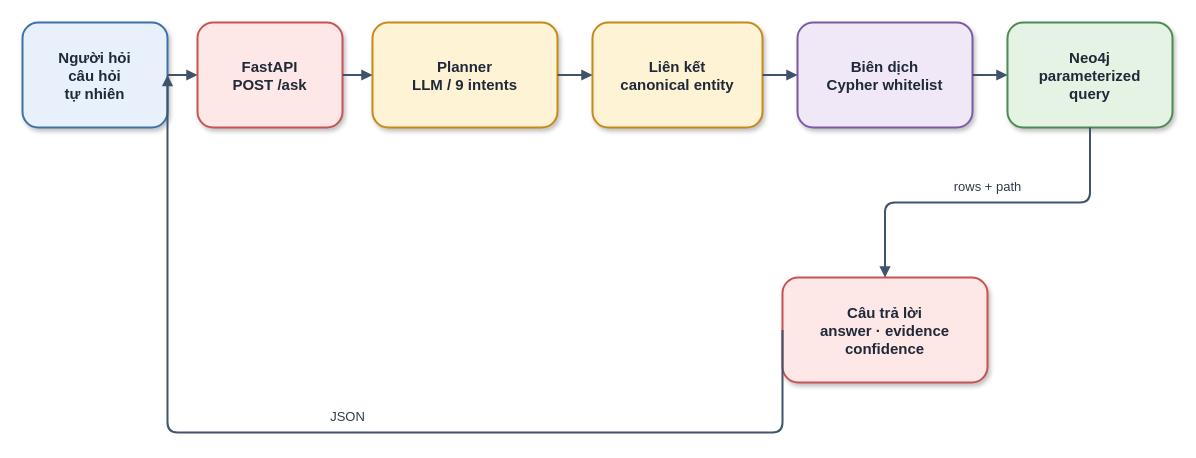
Earlier version of the draw.io diagram report_latex/images/sources/qa_sequence.drawio (khanhhk/advanced_database). Source tidied: cells renumbered, new cells numbered last; positions are measured from the earlier drawing's top-left corner, leaving out a move shared by most shapes. Both pictures are drawn from the tidied source at 100%, with x=0, y=0 at pixel (22, 22).
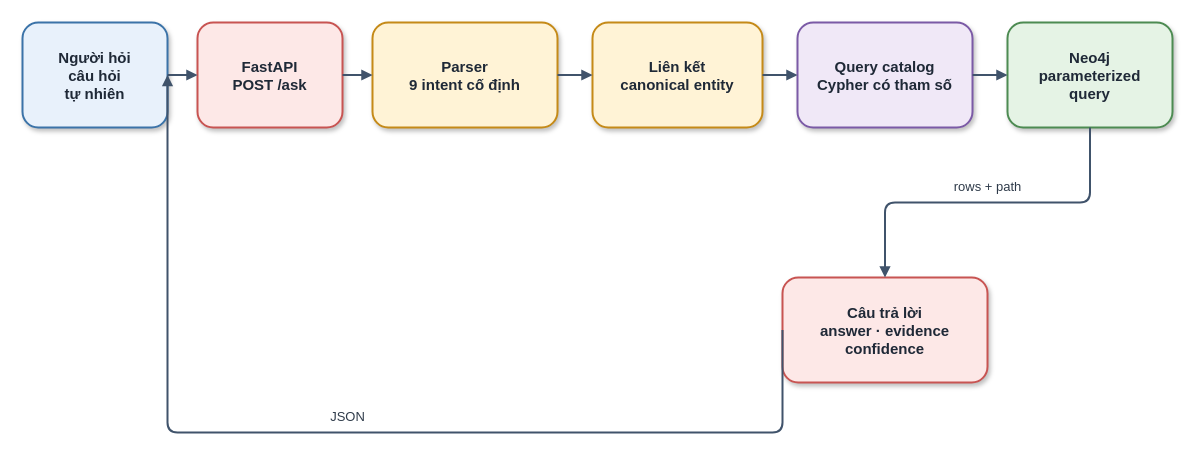
Above is the later version.

Change to the diagram source:
```diff
@@
 <mxGraphModel>
   <root>
     <mxCell id="0" />
     <mxCell id="1" parent="0" />
     <mxCell id="2" value="Người hỏi&#10;câu hỏi&#10;tự nhiên" style="rounded=1;whiteSpace=wrap;html=1;fillColor=#E8F1FB;strokeColor=#3B73A8;strokeWidth=2;fontSize=15;fontColor=#1F2937;fontStyle=1;spacing=8;shadow=1;" parent="1" vertex="1">
       <mxGeometry width="145" height="105" as="geometry" />
     </mxCell>
     <mxCell id="3" value="FastAPI&#10;POST /ask" style="rounded=1;whiteSpace=wrap;html=1;fillColor=#FDE8E7;strokeColor=#C85452;strokeWidth=2;fontSize=15;fontColor=#1F2937;fontStyle=1;spacing=8;shadow=1;" parent="1" vertex="1">
       <mxGeometry x="175" width="145" height="105" as="geometry" />
     </mxCell>
-    <mxCell id="4" value="Planner&#10;LLM / 9 intents" style="rounded=1;whiteSpace=wrap;html=1;fillColor=#FFF3D6;strokeColor=#C58A18;strokeWidth=2;fontSize=15;fontColor=#1F2937;fontStyle=1;spacing=8;shadow=1;" parent="1" vertex="1">
+    <mxCell id="4" value="Parser&#10;9 intent cố định" style="rounded=1;whiteSpace=wrap;html=1;fillColor=#FFF3D6;strokeColor=#C58A18;strokeWidth=2;fontSize=15;fontColor=#1F2937;fontStyle=1;spacing=8;shadow=1;" parent="1" vertex="1">
       <mxGeometry x="350" width="185" height="105" as="geometry" />
     </mxCell>
     <mxCell id="5" value="Liên kết&#10;canonical entity" style="rounded=1;whiteSpace=wrap;html=1;fillColor=#FFF3D6;strokeColor=#C58A18;strokeWidth=2;fontSize=15;fontColor=#1F2937;fontStyle=1;spacing=8;shadow=1;" parent="1" vertex="1">
       <mxGeometry x="570" width="170" height="105" as="geometry" />
     </mxCell>
-    <mxCell id="6" value="Biên dịch&#10;Cypher whitelist" style="rounded=1;whiteSpace=wrap;html=1;fillColor=#F0E8F7;strokeColor=#7B5AA6;strokeWidth=2;fontSize=15;fontColor=#1F2937;fontStyle=1;spacing=8;shadow=1;" parent="1" vertex="1">
+    <mxCell id="6" value="Query catalog&#10;Cypher có tham số" style="rounded=1;whiteSpace=wrap;html=1;fillColor=#F0E8F7;strokeColor=#7B5AA6;strokeWidth=2;fontSize=15;fontColor=#1F2937;fontStyle=1;spacing=8;shadow=1;" parent="1" vertex="1">
       <mxGeometry x="775" width="175" height="105" as="geometry" />
     </mxCell>
     <mxCell id="7" value="Neo4j&#10;parameterized&#10;query" style="rounded=1;whiteSpace=wrap;html=1;fillColor=#E5F3E5;strokeColor=#4D8B52;strokeWidth=2;fontSize=15;fontColor=#1F2937;fontStyle=1;spacing=8;shadow=1;" parent="1" vertex="1">
       <mxGeometry x="985" width="165" height="105" as="geometry" />
     </mxCell>
     <mxCell id="8" value="Câu trả lời&#10;answer · evidence&#10;confidence" style="rounded=1;whiteSpace=wrap;html=1;fillColor=#FDE8E7;strokeColor=#C85452;strokeWidth=2;fontSize=15;fontColor=#1F2937;fontStyle=1;spacing=8;shadow=1;" parent="1" vertex="1">
       <mxGeometry x="760" y="255" width="205" height="105" as="geometry" />
     </mxCell>
     <mxCell id="9" style="edgeStyle=orthogonalEdgeStyle;rounded=1;jettySize=auto;html=1;endArrow=block;endFill=1;strokeColor=#40536B;strokeWidth=2;fontSize=13;fontColor=#2F3B4A;labelBackgroundColor=#FFFFFF;spacingBottom=8;exitX=1;exitY=0.5;exitDx=0;exitDy=0;entryX=0;entryY=0.5;entryDx=0;entryDy=0;" parent="1" edge="1" source="2" target="3">
       <mxGeometry y="-12" relative="1" as="geometry" />
     </mxCell>
     <mxCell id="10" style="edgeStyle=orthogonalEdgeStyle;rounded=1;jettySize=auto;html=1;endArrow=block;endFill=1;strokeColor=#40536B;strokeWidth=2;fontSize=13;fontColor=#2F3B4A;labelBackgroundColor=#FFFFFF;spacingBottom=8;exitX=1;exitY=0.5;exitDx=0;exitDy=0;entryX=0;entryY=0.5;entryDx=0;entryDy=0;" parent="1" edge="1" source="3" target="4">
       <mxGeometry y="-12" relative="1" as="geometry" />
     </mxCell>
     <mxCell id="11" style="edgeStyle=orthogonalEdgeStyle;rounded=1;jettySize=auto;html=1;endArrow=block;endFill=1;strokeColor=#40536B;strokeWidth=2;fontSize=13;fontColor=#2F3B4A;labelBackgroundColor=#FFFFFF;spacingBottom=8;exitX=1;exitY=0.5;exitDx=0;exitDy=0;entryX=0;entryY=0.5;entryDx=0;entryDy=0;" parent="1" edge="1" source="4" target="5">
       <mxGeometry y="-12" relative="1" as="geometry" />
     </mxCell>
     <mxCell id="12" style="edgeStyle=orthogonalEdgeStyle;rounded=1;jettySize=auto;html=1;endArrow=block;endFill=1;strokeColor=#40536B;strokeWidth=2;fontSize=13;fontColor=#2F3B4A;labelBackgroundColor=#FFFFFF;spacingBottom=8;exitX=1;exitY=0.5;exitDx=0;exitDy=0;entryX=0;entryY=0.5;entryDx=0;entryDy=0;" parent="1" edge="1" source="5" target="6">
       <mxGeometry y="-12" relative="1" as="geometry" />
     </mxCell>
     <mxCell id="13" style="edgeStyle=orthogonalEdgeStyle;rounded=1;jettySize=auto;html=1;endArrow=block;endFill=1;strokeColor=#40536B;strokeWidth=2;fontSize=13;fontColor=#2F3B4A;labelBackgroundColor=#FFFFFF;spacingBottom=8;exitX=1;exitY=0.5;exitDx=0;exitDy=0;entryX=0;entryY=0.5;entryDx=0;entryDy=0;" parent="1" edge="1" source="6" target="7">
       <mxGeometry y="-12" relative="1" as="geometry" />
     </mxCell>
     <mxCell id="14" value="rows + path" style="edgeStyle=orthogonalEdgeStyle;rounded=1;jettySize=auto;html=1;endArrow=block;endFill=1;strokeColor=#40536B;strokeWidth=2;fontSize=13;fontColor=#2F3B4A;labelBackgroundColor=#FFFFFF;spacingBottom=8;exitX=0.5;exitY=1;exitDx=0;exitDy=0;entryX=0.5;entryY=0;entryDx=0;entryDy=0;" parent="1" edge="1" source="7" target="8">
       <mxGeometry y="-12" relative="1" as="geometry">
         <Array as="points">
           <mxPoint x="1067" y="180" />
           <mxPoint x="863" y="180" />
         </Array>
       </mxGeometry>
     </mxCell>
     <mxCell id="15" value="JSON" style="edgeStyle=orthogonalEdgeStyle;rounded=1;jettySize=auto;html=1;endArrow=block;endFill=1;strokeColor=#40536B;strokeWidth=2;fontSize=13;fontColor=#2F3B4A;labelBackgroundColor=#FFFFFF;spacingBottom=8;exitX=0;exitY=0.5;exitDx=0;exitDy=0;entryX=1;entryY=0.5;entryDx=0;entryDy=0;" parent="1" edge="1" source="8" target="2">
       <mxGeometry y="-12" relative="1" as="geometry">
         <Array as="points">
           <mxPoint x="655" y="410" />
           <mxPoint x="70" y="410" />
         </Array>
       </mxGeometry>
     </mxCell>
   </root>
 </mxGraphModel>
```
